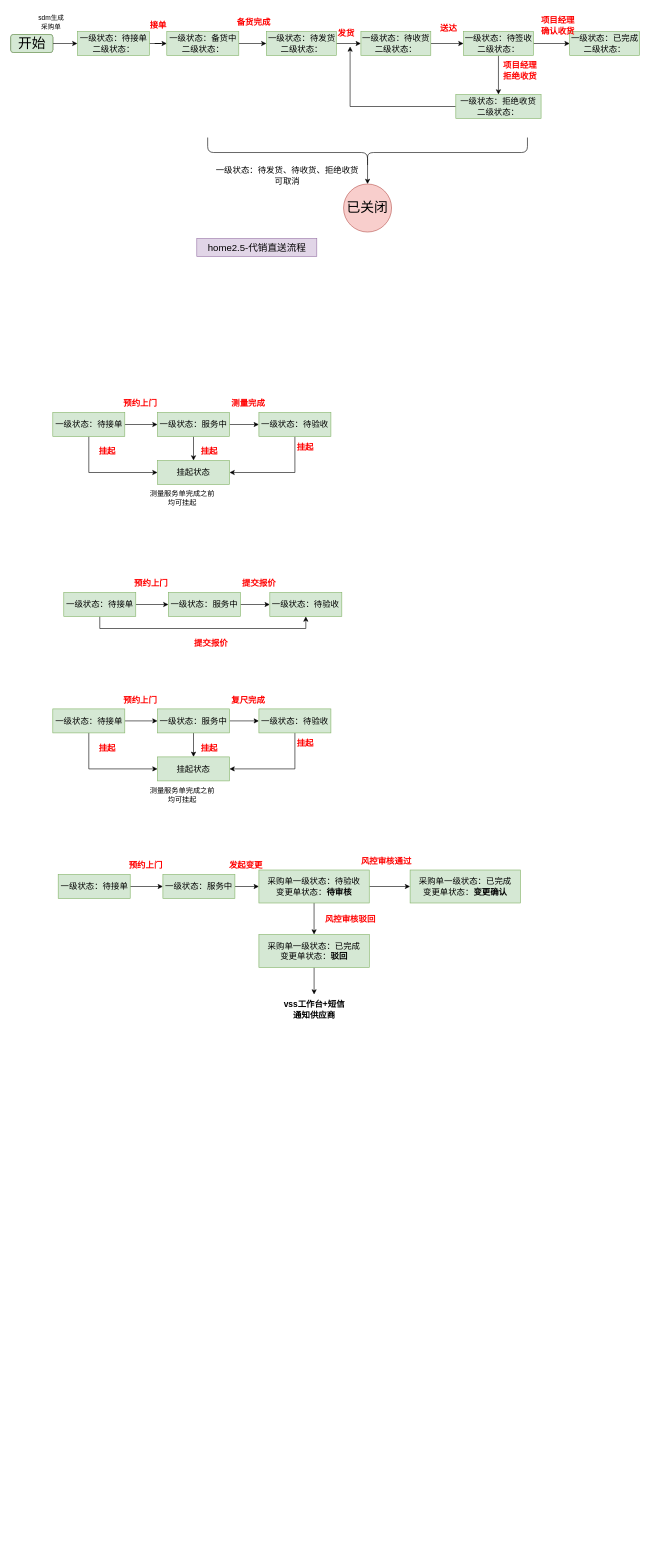
Before: home2.5采购单履约流程.drawio in jiangtao2048/diagrams, a draw.io diagram. Source tidied: cells renumbered, new cells numbered last; positions are measured from the earlier drawing's top-left corner, leaving out a move shared by most shapes. Both pictures are drawn from the tidied source at 60%, with x=0, y=0 at pixel (10, -8).
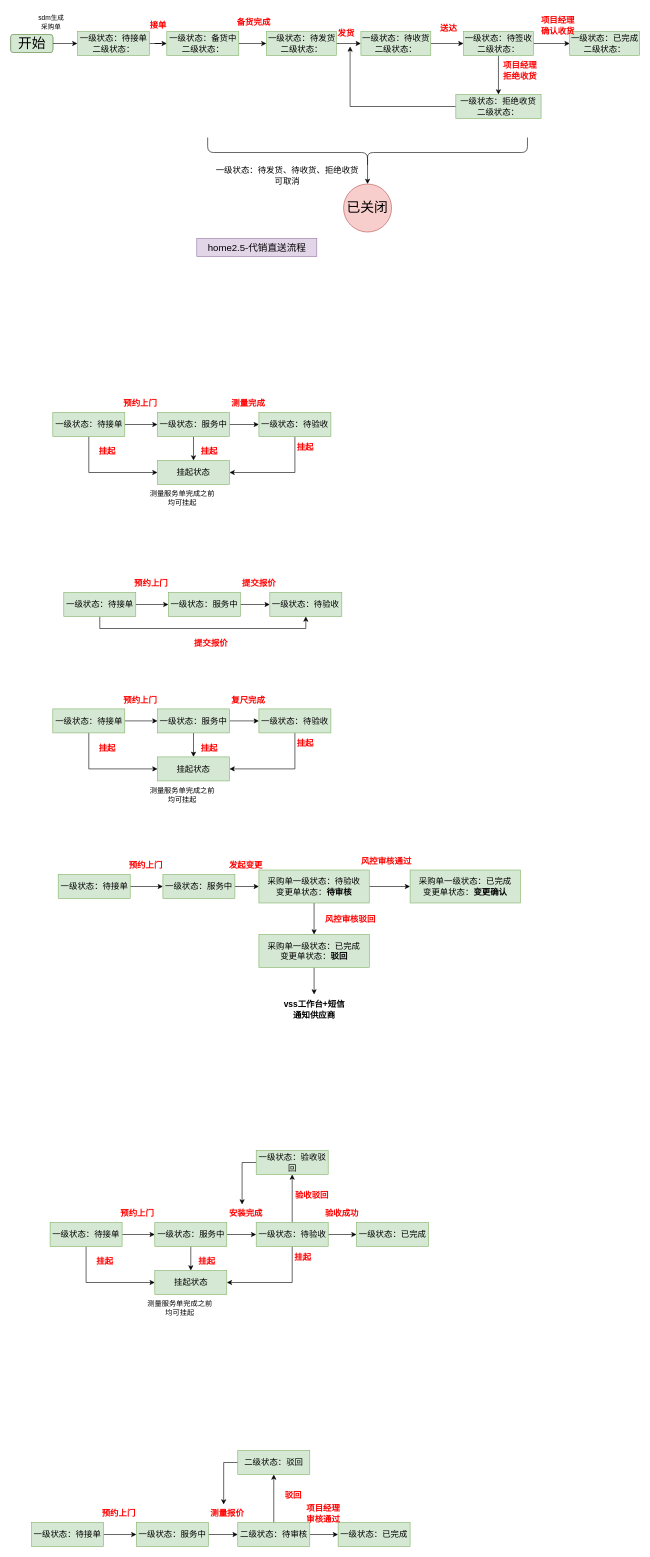
After the change.

Commit message:
更新home2.5采购单履约流程.drawio

Change to the diagram source:
```diff
@@
+    <mxCell id="85" style="edgeStyle=orthogonalEdgeStyle;rounded=0;jettySize=auto;html=1;exitX=1;exitY=0.5;exitDx=0;exitDy=0;" parent="1" edge="1" source="87" target="90">
+      <mxGeometry relative="1" as="geometry" />
+    </mxCell>
+    <mxCell id="86" style="edgeStyle=orthogonalEdgeStyle;rounded=0;jettySize=auto;html=1;exitX=0.5;exitY=1;exitDx=0;exitDy=0;entryX=0;entryY=0.5;entryDx=0;entryDy=0;" parent="1" edge="1" source="87" target="97">
+      <mxGeometry relative="1" as="geometry" />
+    </mxCell>
+    <mxCell id="87" value="&lt;font style=&quot;font-size: 14px;&quot;&gt;一级状态：待接单&lt;br&gt;&lt;/font&gt;" style="rounded=0;whiteSpace=wrap;html=1;fillColor=#d5e8d4;strokeColor=#82b366;" parent="1" vertex="1">
+      <mxGeometry x="66" y="2050" width="120" height="40" as="geometry" />
+    </mxCell>
+    <mxCell id="88" style="edgeStyle=orthogonalEdgeStyle;rounded=0;jettySize=auto;html=1;exitX=1;exitY=0.5;exitDx=0;exitDy=0;" parent="1" edge="1" source="90" target="94">
+      <mxGeometry relative="1" as="geometry" />
+    </mxCell>
+    <mxCell id="89" style="edgeStyle=orthogonalEdgeStyle;rounded=0;jettySize=auto;html=1;exitX=0.5;exitY=1;exitDx=0;exitDy=0;entryX=0.5;entryY=0;entryDx=0;entryDy=0;" parent="1" edge="1" source="90" target="97">
+      <mxGeometry relative="1" as="geometry" />
+    </mxCell>
+    <mxCell id="90" value="&lt;font style=&quot;font-size: 14px;&quot;&gt;一级状态：服务中&lt;br&gt;&lt;/font&gt;" style="rounded=0;whiteSpace=wrap;html=1;fillColor=#d5e8d4;strokeColor=#82b366;" parent="1" vertex="1">
+      <mxGeometry x="240.5" y="2050" width="120" height="40" as="geometry" />
+    </mxCell>
+    <mxCell id="91" style="edgeStyle=orthogonalEdgeStyle;rounded=0;jettySize=auto;html=1;exitX=0.5;exitY=1;exitDx=0;exitDy=0;entryX=1;entryY=0.5;entryDx=0;entryDy=0;" parent="1" edge="1" source="94" target="97">
+      <mxGeometry relative="1" as="geometry" />
+    </mxCell>
+    <mxCell id="92" style="edgeStyle=orthogonalEdgeStyle;rounded=0;jettySize=auto;html=1;exitX=1;exitY=0.5;exitDx=0;exitDy=0;" parent="1" edge="1" source="94" target="102">
+      <mxGeometry relative="1" as="geometry" />
+    </mxCell>
+    <mxCell id="93" style="edgeStyle=orthogonalEdgeStyle;rounded=0;jettySize=auto;html=1;exitX=0.5;exitY=0;exitDx=0;exitDy=0;" parent="1" edge="1" source="94" target="105">
+      <mxGeometry relative="1" as="geometry" />
+    </mxCell>
+    <mxCell id="94" value="&lt;font style=&quot;font-size: 14px;&quot;&gt;一级状态：待验收&lt;br&gt;&lt;/font&gt;" style="rounded=0;whiteSpace=wrap;html=1;fillColor=#d5e8d4;strokeColor=#82b366;" parent="1" vertex="1">
+      <mxGeometry x="409.5" y="2050" width="120" height="40" as="geometry" />
+    </mxCell>
+    <mxCell id="95" value="&lt;font color=&quot;#ff0000&quot; style=&quot;font-size: 14px;&quot;&gt;&lt;b&gt;预约上门&lt;/b&gt;&lt;/font&gt;" style="text;html=1;align=center;verticalAlign=middle;strokeColor=none;fillColor=none;fontSize=11;" parent="1" vertex="1">
+      <mxGeometry x="171" y="2020" width="80" height="30" as="geometry" />
+    </mxCell>
+    <mxCell id="96" value="&lt;font color=&quot;#ff0000&quot;&gt;&lt;span style=&quot;font-size: 14px;&quot;&gt;&lt;b&gt;安装完成&lt;/b&gt;&lt;/span&gt;&lt;/font&gt;" style="text;html=1;align=center;verticalAlign=middle;points=[];strokeColor=none;fillColor=none;fontSize=11;" parent="1" vertex="1">
+      <mxGeometry x="351.5" y="2020" width="80" height="30" as="geometry" />
+    </mxCell>
+    <mxCell id="97" value="&lt;font style=&quot;font-size: 14px;&quot;&gt;挂起状态&lt;br&gt;&lt;/font&gt;" style="rounded=0;whiteSpace=wrap;html=1;fillColor=#d5e8d4;strokeColor=#82b366;" parent="1" vertex="1">
+      <mxGeometry x="240.5" y="2130" width="120" height="40" as="geometry" />
+    </mxCell>
+    <mxCell id="98" value="测量服务单完成之前&lt;br&gt;均可挂起" style="text;html=1;align=center;verticalAlign=middle;strokeColor=none;fillColor=none;" parent="1" vertex="1">
+      <mxGeometry x="216.5" y="2173" width="130" height="40" as="geometry" />
+    </mxCell>
+    <mxCell id="99" value="&lt;font color=&quot;#ff0000&quot; style=&quot;font-size: 14px;&quot;&gt;&lt;b&gt;挂起&lt;/b&gt;&lt;/font&gt;" style="text;html=1;align=center;verticalAlign=middle;strokeColor=none;fillColor=none;fontSize=11;" parent="1" vertex="1">
+      <mxGeometry x="131.5" y="2100" width="50" height="30" as="geometry" />
+    </mxCell>
+    <mxCell id="100" value="&lt;font color=&quot;#ff0000&quot; style=&quot;font-size: 14px;&quot;&gt;&lt;b&gt;挂起&lt;/b&gt;&lt;/font&gt;" style="text;html=1;align=center;verticalAlign=middle;strokeColor=none;fillColor=none;fontSize=11;" parent="1" vertex="1">
+      <mxGeometry x="301.5" y="2100" width="50" height="30" as="geometry" />
+    </mxCell>
+    <mxCell id="101" value="&lt;font color=&quot;#ff0000&quot; style=&quot;font-size: 14px;&quot;&gt;&lt;b&gt;挂起&lt;/b&gt;&lt;/font&gt;" style="text;html=1;align=center;verticalAlign=middle;strokeColor=none;fillColor=none;fontSize=11;" parent="1" vertex="1">
+      <mxGeometry x="461.5" y="2093" width="50" height="30" as="geometry" />
+    </mxCell>
+    <mxCell id="102" value="&lt;font style=&quot;font-size: 14px;&quot;&gt;一级状态：已完成&lt;br&gt;&lt;/font&gt;" style="rounded=0;whiteSpace=wrap;html=1;fillColor=#d5e8d4;strokeColor=#82b366;" parent="1" vertex="1">
+      <mxGeometry x="576.7" y="2050" width="120" height="40" as="geometry" />
+    </mxCell>
+    <mxCell id="103" value="&lt;font color=&quot;#ff0000&quot;&gt;&lt;span style=&quot;font-size: 14px;&quot;&gt;&lt;b&gt;验收成功&lt;/b&gt;&lt;/span&gt;&lt;/font&gt;" style="text;html=1;align=center;verticalAlign=middle;strokeColor=none;fillColor=none;fontSize=11;" parent="1" vertex="1">
+      <mxGeometry x="511.5" y="2020" width="80" height="30" as="geometry" />
+    </mxCell>
+    <mxCell id="104" style="edgeStyle=orthogonalEdgeStyle;rounded=0;jettySize=auto;html=1;exitX=0;exitY=0.5;exitDx=0;exitDy=0;entryX=0.431;entryY=0;entryDx=0;entryDy=0;entryPerimeter=0;" parent="1" edge="1" source="105" target="96">
+      <mxGeometry relative="1" as="geometry" />
+    </mxCell>
+    <mxCell id="105" value="&lt;font style=&quot;font-size: 14px;&quot;&gt;一级状态：验收驳回&lt;br&gt;&lt;/font&gt;" style="rounded=0;whiteSpace=wrap;html=1;fillColor=#d5e8d4;strokeColor=#82b366;" parent="1" vertex="1">
+      <mxGeometry x="409.5" y="1930" width="120" height="40" as="geometry" />
+    </mxCell>
+    <mxCell id="106" value="&lt;font color=&quot;#ff0000&quot;&gt;&lt;span style=&quot;font-size: 14px;&quot;&gt;&lt;b&gt;验收驳回&lt;/b&gt;&lt;/span&gt;&lt;/font&gt;" style="text;html=1;align=center;verticalAlign=middle;strokeColor=none;fillColor=none;fontSize=11;" parent="1" vertex="1">
+      <mxGeometry x="461.5" y="1990" width="80" height="30" as="geometry" />
+    </mxCell>
+    <mxCell id="107" style="edgeStyle=orthogonalEdgeStyle;rounded=0;jettySize=auto;html=1;exitX=1;exitY=0.5;exitDx=0;exitDy=0;" parent="1" edge="1" source="108" target="110">
+      <mxGeometry relative="1" as="geometry" />
+    </mxCell>
+    <mxCell id="108" value="&lt;font style=&quot;font-size: 14px;&quot;&gt;一级状态：待接单&lt;br&gt;&lt;/font&gt;" style="rounded=0;whiteSpace=wrap;html=1;fillColor=#d5e8d4;strokeColor=#82b366;" parent="1" vertex="1">
+      <mxGeometry x="35.3" y="2550" width="120" height="40" as="geometry" />
+    </mxCell>
+    <mxCell id="109" style="edgeStyle=orthogonalEdgeStyle;rounded=0;jettySize=auto;html=1;exitX=1;exitY=0.5;exitDx=0;exitDy=0;" parent="1" edge="1" source="110" target="113">
+      <mxGeometry relative="1" as="geometry" />
+    </mxCell>
+    <mxCell id="110" value="&lt;font style=&quot;font-size: 14px;&quot;&gt;一级状态：服务中&lt;br&gt;&lt;/font&gt;" style="rounded=0;whiteSpace=wrap;html=1;fillColor=#d5e8d4;strokeColor=#82b366;" parent="1" vertex="1">
+      <mxGeometry x="209.8" y="2550" width="120" height="40" as="geometry" />
+    </mxCell>
+    <mxCell id="111" style="edgeStyle=orthogonalEdgeStyle;rounded=0;jettySize=auto;html=1;exitX=1;exitY=0.5;exitDx=0;exitDy=0;" parent="1" edge="1" source="113" target="116">
+      <mxGeometry relative="1" as="geometry" />
+    </mxCell>
+    <mxCell id="112" style="edgeStyle=orthogonalEdgeStyle;rounded=0;jettySize=auto;html=1;exitX=0.5;exitY=0;exitDx=0;exitDy=0;" parent="1" edge="1" source="113" target="119">
+      <mxGeometry relative="1" as="geometry" />
+    </mxCell>
+    <mxCell id="113" value="&lt;font style=&quot;font-size: 14px;&quot;&gt;二级状态：待审核&lt;br&gt;&lt;/font&gt;" style="rounded=0;whiteSpace=wrap;html=1;fillColor=#d5e8d4;strokeColor=#82b366;" parent="1" vertex="1">
+      <mxGeometry x="378.8" y="2550" width="120" height="40" as="geometry" />
+    </mxCell>
+    <mxCell id="114" value="&lt;font color=&quot;#ff0000&quot; style=&quot;font-size: 14px;&quot;&gt;&lt;b&gt;预约上门&lt;/b&gt;&lt;/font&gt;" style="text;html=1;align=center;verticalAlign=middle;strokeColor=none;fillColor=none;fontSize=11;" parent="1" vertex="1">
+      <mxGeometry x="140.3" y="2520" width="80" height="30" as="geometry" />
+    </mxCell>
+    <mxCell id="115" value="&lt;font color=&quot;#ff0000&quot;&gt;&lt;span style=&quot;font-size: 14px;&quot;&gt;&lt;b&gt;测量报价&lt;/b&gt;&lt;/span&gt;&lt;/font&gt;" style="text;html=1;align=center;verticalAlign=middle;points=[];strokeColor=none;fillColor=none;fontSize=11;" parent="1" vertex="1">
+      <mxGeometry x="320.8" y="2520" width="80" height="30" as="geometry" />
+    </mxCell>
+    <mxCell id="116" value="&lt;font style=&quot;font-size: 14px;&quot;&gt;一级状态：已完成&lt;br&gt;&lt;/font&gt;" style="rounded=0;whiteSpace=wrap;html=1;fillColor=#d5e8d4;strokeColor=#82b366;" parent="1" vertex="1">
+      <mxGeometry x="546" y="2550" width="120" height="40" as="geometry" />
+    </mxCell>
+    <mxCell id="117" value="&lt;font color=&quot;#ff0000&quot;&gt;&lt;span style=&quot;font-size: 14px;&quot;&gt;&lt;b&gt;项目经理&lt;br&gt;审核通过&lt;/b&gt;&lt;/span&gt;&lt;/font&gt;" style="text;html=1;align=center;verticalAlign=middle;strokeColor=none;fillColor=none;fontSize=11;" parent="1" vertex="1">
+      <mxGeometry x="480.8" y="2510" width="80" height="50" as="geometry" />
+    </mxCell>
+    <mxCell id="118" style="edgeStyle=orthogonalEdgeStyle;rounded=0;jettySize=auto;html=1;exitX=0;exitY=0.5;exitDx=0;exitDy=0;entryX=0.431;entryY=0;entryDx=0;entryDy=0;entryPerimeter=0;" parent="1" edge="1" source="119" target="115">
+      <mxGeometry relative="1" as="geometry" />
+    </mxCell>
+    <mxCell id="119" value="&lt;font style=&quot;font-size: 14px;&quot;&gt;二级状态：驳回&lt;br&gt;&lt;/font&gt;" style="rounded=0;whiteSpace=wrap;html=1;fillColor=#d5e8d4;strokeColor=#82b366;" parent="1" vertex="1">
+      <mxGeometry x="378.8" y="2430" width="120" height="40" as="geometry" />
+    </mxCell>
+    <mxCell id="120" value="&lt;font color=&quot;#ff0000&quot;&gt;&lt;span style=&quot;font-size: 14px;&quot;&gt;&lt;b&gt;驳回&lt;/b&gt;&lt;/span&gt;&lt;/font&gt;" style="text;html=1;align=center;verticalAlign=middle;strokeColor=none;fillColor=none;fontSize=11;" parent="1" vertex="1">
+      <mxGeometry x="445.8" y="2490" width="50" height="30" as="geometry" />
+    </mxCell>
```
